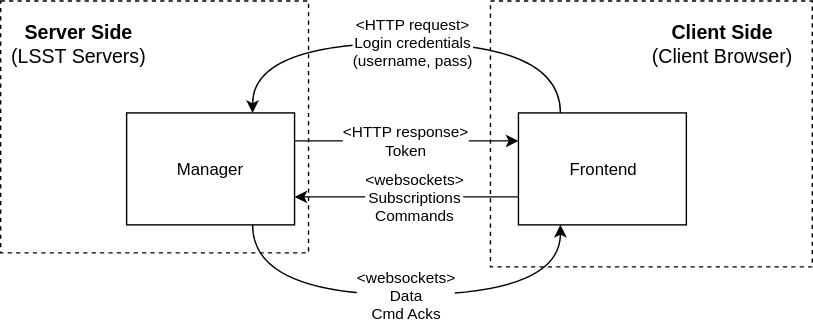
The draw.io diagram docs/Frontend_overview.svg in lsst-ts/LOVE-frontend, before a commit. Source tidied: cells renumbered, new cells last; positions are measured from the earlier drawing's top-left corner, leaving out a move shared by most shapes.
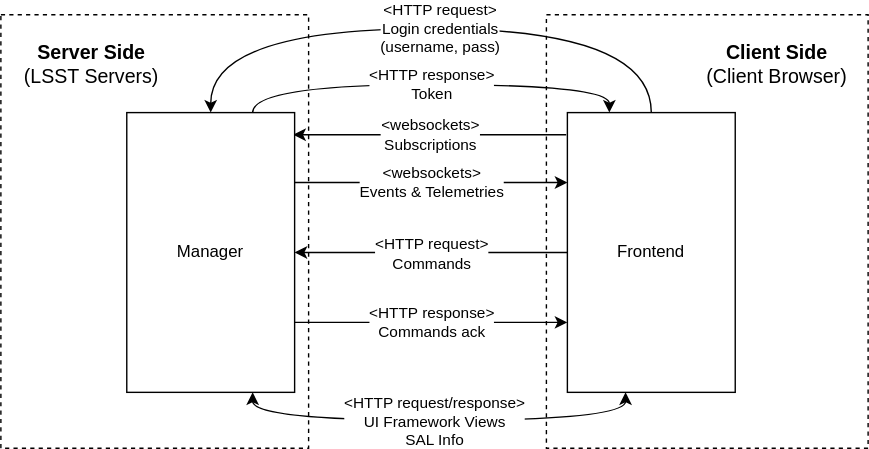
Later version of the same file.

The edit, as a diff of the source:
```diff
@@ -3,52 +3,82 @@
     <mxCell id="0" />
     <mxCell id="1" parent="0" />
     <mxCell id="2" style="rounded=0;whiteSpace=wrap;html=1;fontSize=11;fillColor=none;dashed=1;" parent="1" vertex="1">
-      <mxGeometry x="350" width="230" height="190" as="geometry" />
+      <mxGeometry x="390" y="10" width="230" height="310" as="geometry" />
     </mxCell>
     <mxCell id="3" style="rounded=0;whiteSpace=wrap;html=1;fontSize=11;fillColor=none;dashed=1;" parent="1" vertex="1">
-      <mxGeometry width="220" height="180" as="geometry" />
+      <mxGeometry y="10" width="220" height="310" as="geometry" />
     </mxCell>
-    <mxCell id="4" style="edgeStyle=orthogonalEdgeStyle;rounded=0;jettySize=auto;html=1;exitX=0.25;exitY=0;exitDx=0;exitDy=0;entryX=0.75;entryY=0;entryDx=0;entryDy=0;curved=1;" parent="1" edge="1" source="8" target="11">
+    <mxCell id="4" style="edgeStyle=orthogonalEdgeStyle;rounded=0;jettySize=auto;html=1;exitX=0.5;exitY=0;exitDx=0;exitDy=0;entryX=0.5;entryY=0;entryDx=0;entryDy=0;curved=1;" parent="1" edge="1" source="8" target="11">
       <mxGeometry relative="1" as="geometry">
         <Array as="points">
-          <mxPoint x="400" y="30" />
-          <mxPoint x="180" y="30" />
+          <mxPoint x="465" y="20" />
+          <mxPoint x="150" y="20" />
         </Array>
       </mxGeometry>
     </mxCell>
     <mxCell id="5" value="&amp;lt;HTTP request&amp;gt;&lt;br style=&quot;font-size: 11px;&quot;&gt;Login credentials&lt;br style=&quot;font-size: 11px;&quot;&gt;(username, pass)" style="text;html=1;align=center;verticalAlign=middle;labelBackgroundColor=#ffffff;fontSize=11;" parent="4" vertex="1">
       <mxGeometry x="-0.03" y="-1" relative="1" as="geometry" />
     </mxCell>
-    <mxCell id="6" style="edgeStyle=orthogonalEdgeStyle;curved=1;rounded=0;jettySize=auto;html=1;exitX=0;exitY=0.75;exitDx=0;exitDy=0;entryX=1;entryY=0.75;entryDx=0;entryDy=0;" parent="1" edge="1" source="8" target="11">
+    <mxCell id="6" style="edgeStyle=orthogonalEdgeStyle;curved=1;rounded=0;jettySize=auto;html=1;exitX=-0.007;exitY=0.079;exitDx=0;exitDy=0;entryX=0.992;entryY=0.079;entryDx=0;entryDy=0;exitPerimeter=0;entryPerimeter=0;" parent="1" edge="1" source="8" target="11">
       <mxGeometry relative="1" as="geometry" />
     </mxCell>
-    <mxCell id="7" value="&amp;lt;websockets&amp;gt;&lt;br style=&quot;font-size: 11px;&quot;&gt;Subscriptions&lt;br style=&quot;font-size: 11px;&quot;&gt;Commands" style="text;html=1;align=center;verticalAlign=middle;labelBackgroundColor=#ffffff;fontSize=11;" parent="6" vertex="1">
+    <mxCell id="7" value="&amp;lt;websockets&amp;gt;&lt;br style=&quot;font-size: 11px&quot;&gt;Subscriptions" style="text;html=1;align=center;verticalAlign=middle;labelBackgroundColor=#ffffff;fontSize=11;" parent="6" vertex="1">
       <mxGeometry x="0.34" y="1" relative="1" as="geometry">
         <mxPoint x="32" y="-1" as="offset" />
       </mxGeometry>
     </mxCell>
     <mxCell id="8" value="Frontend" style="rounded=0;whiteSpace=wrap;html=1;" parent="1" vertex="1">
-      <mxGeometry x="370" y="80" width="120" height="80" as="geometry" />
+      <mxGeometry x="405" y="80" width="120" height="200" as="geometry" />
     </mxCell>
-    <mxCell id="9" value="&amp;lt;HTTP response&amp;gt;&lt;br&gt;Token" style="edgeStyle=orthogonalEdgeStyle;curved=1;rounded=0;jettySize=auto;html=1;exitX=1;exitY=0.25;exitDx=0;exitDy=0;entryX=0;entryY=0.25;entryDx=0;entryDy=0;" parent="1" edge="1" source="11" target="8">
+    <mxCell id="9" value="&amp;lt;HTTP response&amp;gt;&lt;br&gt;Token" style="edgeStyle=orthogonalEdgeStyle;curved=1;rounded=0;jettySize=auto;html=1;exitX=0.75;exitY=0;exitDx=0;exitDy=0;entryX=0.25;entryY=0;entryDx=0;entryDy=0;" parent="1" edge="1" source="11" target="8">
       <mxGeometry relative="1" as="geometry" />
     </mxCell>
-    <mxCell id="10" value="&amp;lt;websockets&amp;gt;&lt;br&gt;Data&lt;br&gt;Cmd Acks" style="edgeStyle=orthogonalEdgeStyle;curved=1;rounded=0;jettySize=auto;html=1;exitX=0.75;exitY=1;exitDx=0;exitDy=0;entryX=0.25;entryY=1;entryDx=0;entryDy=0;fontSize=11;" parent="1" edge="1" source="11" target="8">
+    <mxCell id="10" value="&amp;lt;websockets&amp;gt;&lt;br&gt;Events &amp;amp; Telemetries" style="edgeStyle=orthogonalEdgeStyle;curved=1;rounded=0;jettySize=auto;html=1;exitX=1;exitY=0.25;exitDx=0;exitDy=0;entryX=0;entryY=0.25;entryDx=0;entryDy=0;fontSize=11;" parent="1" edge="1" source="11" target="8">
       <mxGeometry relative="1" as="geometry">
         <Array as="points">
-          <mxPoint x="180" y="210" />
-          <mxPoint x="400" y="210" />
+          <mxPoint x="310" y="130" />
+          <mxPoint x="310" y="130" />
         </Array>
       </mxGeometry>
     </mxCell>
     <mxCell id="11" value="Manager" style="rounded=0;whiteSpace=wrap;html=1;" parent="1" vertex="1">
-      <mxGeometry x="90" y="80" width="120" height="80" as="geometry" />
+      <mxGeometry x="90" y="80" width="120" height="200" as="geometry" />
     </mxCell>
     <mxCell id="12" value="&lt;font style=&quot;font-size: 14px&quot;&gt;Server Side&lt;br&gt;&lt;span style=&quot;font-weight: normal&quot;&gt;(LSST Servers)&lt;/span&gt;&lt;br&gt;&lt;/font&gt;" style="text;html=1;strokeColor=none;fillColor=none;align=center;verticalAlign=middle;whiteSpace=wrap;rounded=0;dashed=1;fontSize=11;fontStyle=1;" parent="1" vertex="1">
-      <mxGeometry y="15" width="110" height="30" as="geometry" />
+      <mxGeometry x="10" y="30" width="110" height="30" as="geometry" />
     </mxCell>
     <mxCell id="13" value="&lt;font style=&quot;font-size: 14px&quot;&gt;Client Side&lt;br&gt;&lt;span style=&quot;font-weight: normal&quot;&gt;(Client Browser)&lt;/span&gt;&lt;br&gt;&lt;/font&gt;" style="text;html=1;strokeColor=none;fillColor=none;align=center;verticalAlign=middle;whiteSpace=wrap;rounded=0;dashed=1;fontSize=11;fontStyle=1;" parent="1" vertex="1">
-      <mxGeometry x="460" y="15" width="110" height="30" as="geometry" />
+      <mxGeometry x="500" y="30" width="110" height="30" as="geometry" />
     </mxCell>
+    <mxCell id="14" style="edgeStyle=orthogonalEdgeStyle;curved=1;rounded=0;jettySize=auto;html=1;exitX=0;exitY=0.5;exitDx=0;exitDy=0;entryX=1;entryY=0.5;entryDx=0;entryDy=0;" parent="1" edge="1" source="8" target="11">
+      <mxGeometry relative="1" as="geometry" />
+    </mxCell>
+    <mxCell id="15" value="&amp;lt;HTTP request&amp;gt;&lt;br style=&quot;font-size: 11px&quot;&gt;Commands" style="text;html=1;align=center;verticalAlign=middle;labelBackgroundColor=#ffffff;fontSize=11;" parent="14" vertex="1">
+      <mxGeometry x="0.34" y="1" relative="1" as="geometry">
+        <mxPoint x="32" y="-1" as="offset" />
+      </mxGeometry>
+    </mxCell>
+    <mxCell id="16" value="&amp;lt;HTTP response&amp;gt;&lt;br&gt;Commands ack" style="edgeStyle=orthogonalEdgeStyle;curved=1;rounded=0;jettySize=auto;html=1;exitX=1;exitY=0.75;exitDx=0;exitDy=0;entryX=0;entryY=0.75;entryDx=0;entryDy=0;fontSize=11;" parent="1" edge="1" source="11" target="8">
+      <mxGeometry relative="1" as="geometry">
+        <Array as="points">
+          <mxPoint x="370" y="230" />
+          <mxPoint x="370" y="230" />
+        </Array>
+      </mxGeometry>
+    </mxCell>
+    <mxCell id="17" style="edgeStyle=orthogonalEdgeStyle;curved=1;rounded=0;jettySize=auto;html=1;exitX=0.18;exitY=0.995;exitDx=0;exitDy=0;entryX=0.75;entryY=1;entryDx=0;entryDy=0;exitPerimeter=0;startArrow=classic;startFill=1;" parent="1" edge="1" target="11">
+      <mxGeometry relative="1" as="geometry">
+        <mxPoint x="446.6" y="280" as="sourcePoint" />
+        <Array as="points">
+          <mxPoint x="447" y="300" />
+          <mxPoint x="180" y="300" />
+        </Array>
+      </mxGeometry>
+    </mxCell>
+    <mxCell id="18" value="&amp;lt;HTTP request/response&amp;gt;&lt;br style=&quot;font-size: 11px&quot;&gt;UI Framework Views&lt;br&gt;SAL Info" style="text;html=1;align=center;verticalAlign=middle;labelBackgroundColor=#ffffff;fontSize=11;" parent="17" vertex="1">
+      <mxGeometry x="0.34" y="1" relative="1" as="geometry">
+        <mxPoint x="48.2" y="-1" as="offset" />
+      </mxGeometry>
+    </mxCell>
   </root>
 </mxGraphModel>
```
